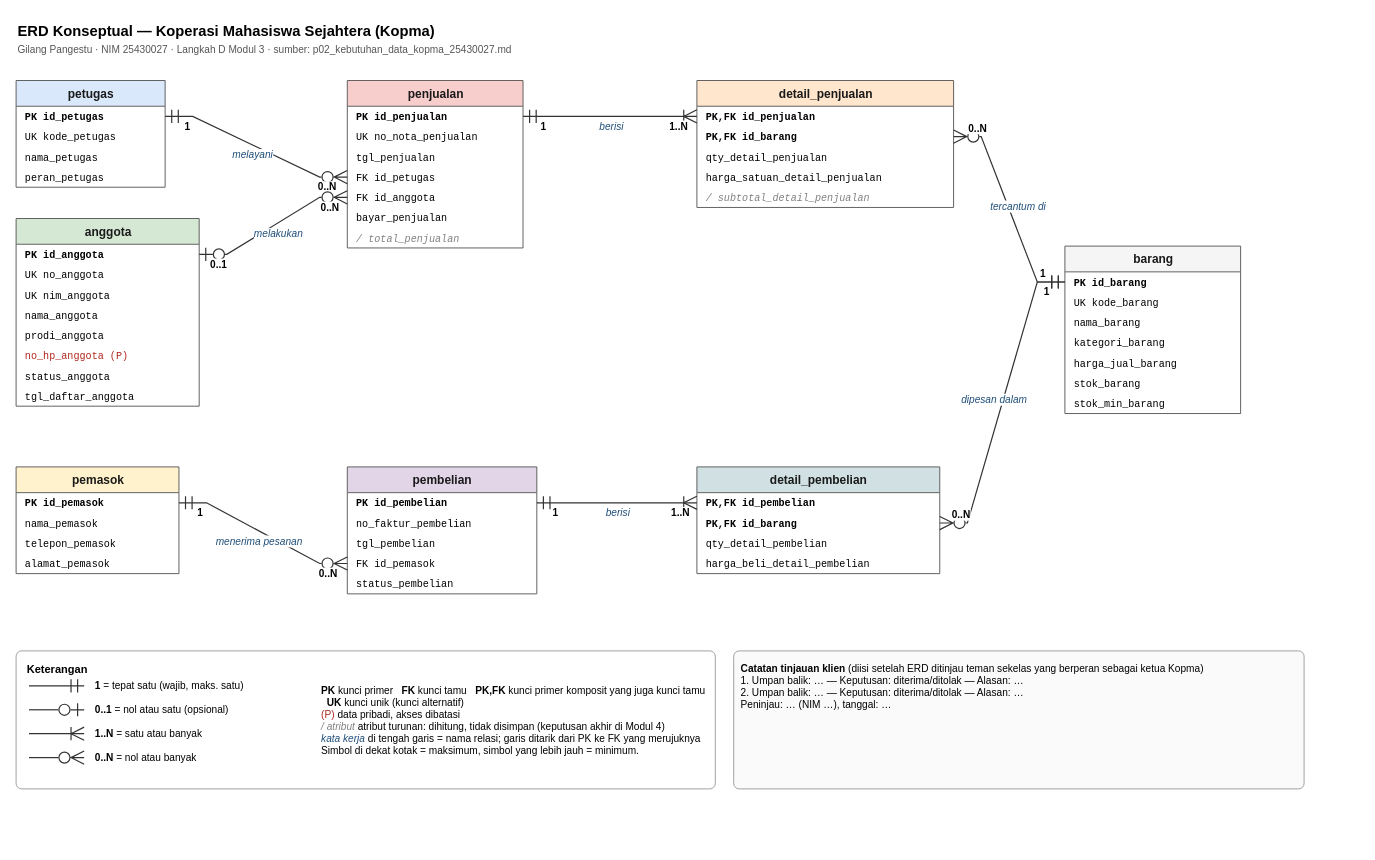
This is page "ERD Kopma" (1 of 3) of p03_erd_kopma_25430027.drawio from GilangPangestu098/basisdata-25430027, a draw.io file, before an edit. Source tidied: cells renumbered, new cells numbered last; positions are measured from the earlier drawing's top-left corner, leaving out a move shared by most shapes. Both pictures are drawn from the tidied source at 92%, with x=0, y=0 at pixel (16, 16).
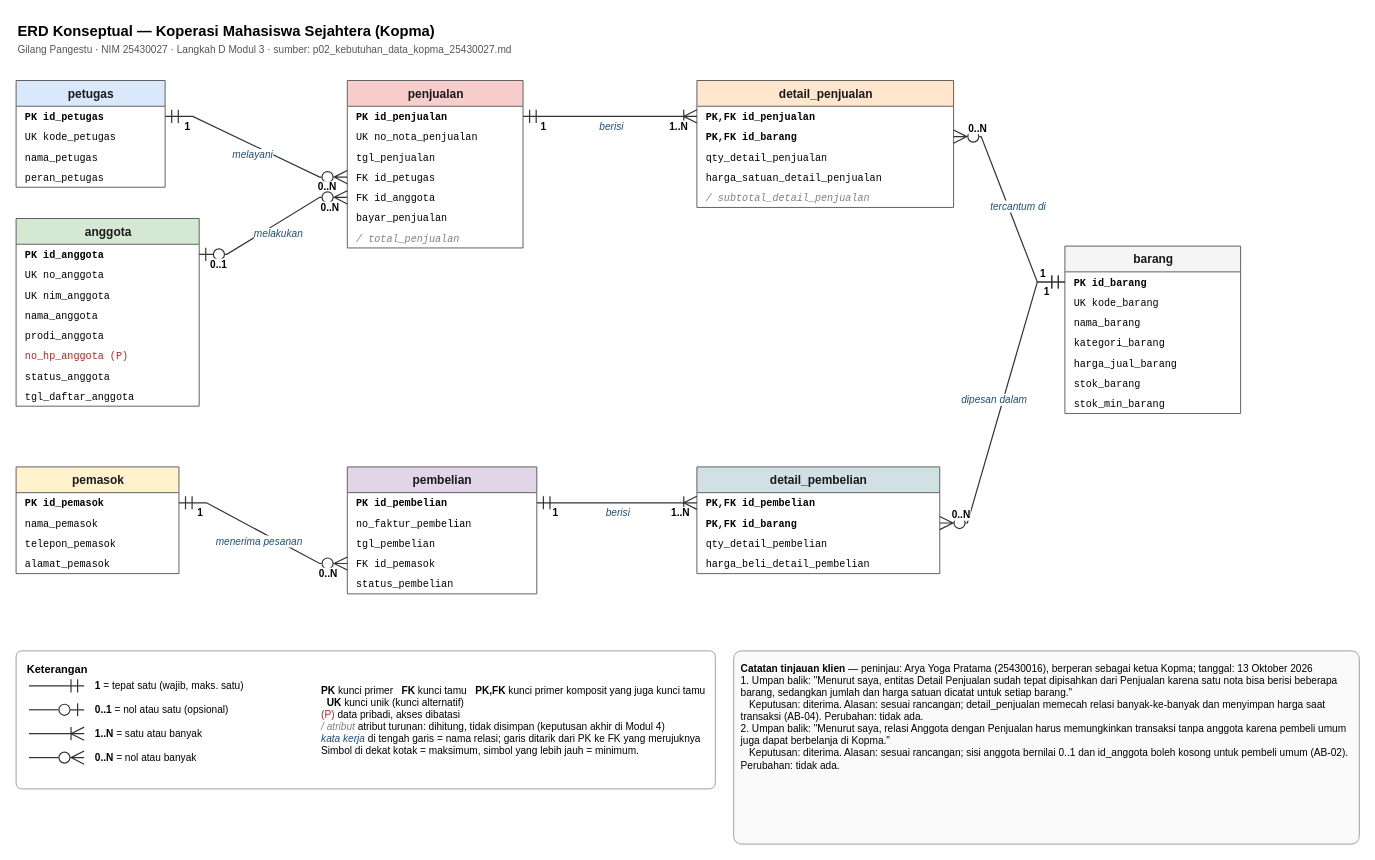
The same diagram, later.

Commit message (it also covers changes not shown here):
p03: tinjauan klien dan laporan pertemuan 3

Change to the diagram source:
```diff
@@
-    <mxCell id="94" value="&lt;b&gt;Catatan tinjauan klien&lt;/b&gt; (diisi setelah ERD ditinjau teman sekelas yang berperan sebagai ketua Kopma)&lt;br&gt;1. Umpan balik: … — Keputusan: diterima/ditolak — Alasan: …&lt;br&gt;2. Umpan balik: … — Keputusan: diterima/ditolak — Alasan: …&lt;br&gt;Peninjau: … (NIM …), tanggal: …" style="text;html=1;whiteSpace=wrap;align=left;verticalAlign=top;spacing=8;fontSize=11;strokeColor=#999999;fillColor=#fafafa;rounded=1;arcSize=4;" parent="1" vertex="1">
-      <mxGeometry x="780" y="690" width="620" height="150" as="geometry" />
+    <mxCell id="94" value="&lt;b&gt;Catatan tinjauan klien&lt;/b&gt; — peninjau: Arya Yoga Pratama (25430016), berperan sebagai ketua Kopma; tanggal: 13 Oktober 2026&lt;br&gt;1. Umpan balik: &quot;Menurut saya, entitas Detail Penjualan sudah tepat dipisahkan dari Penjualan karena satu nota bisa berisi beberapa barang, sedangkan jumlah dan harga satuan dicatat untuk setiap barang.&quot;&lt;br&gt;&amp;nbsp;&amp;nbsp;&amp;nbsp;Keputusan: diterima. Alasan: sesuai rancangan; detail_penjualan memecah relasi banyak-ke-banyak dan menyimpan harga saat transaksi (AB-04). Perubahan: tidak ada.&lt;br&gt;2. Umpan balik: &quot;Menurut saya, relasi Anggota dengan Penjualan harus memungkinkan transaksi tanpa anggota karena pembeli umum juga dapat berbelanja di Kopma.&quot;&lt;br&gt;&amp;nbsp;&amp;nbsp;&amp;nbsp;Keputusan: diterima. Alasan: sesuai rancangan; sisi anggota bernilai 0..1 dan id_anggota boleh kosong untuk pembeli umum (AB-02). Perubahan: tidak ada." style="text;html=1;whiteSpace=wrap;align=left;verticalAlign=top;spacing=8;fontSize=11;strokeColor=#999999;fillColor=#fafafa;rounded=1;arcSize=4;" parent="1" vertex="1">
+      <mxGeometry x="780" y="690" width="680" height="210" as="geometry" />
     </mxCell>
```
